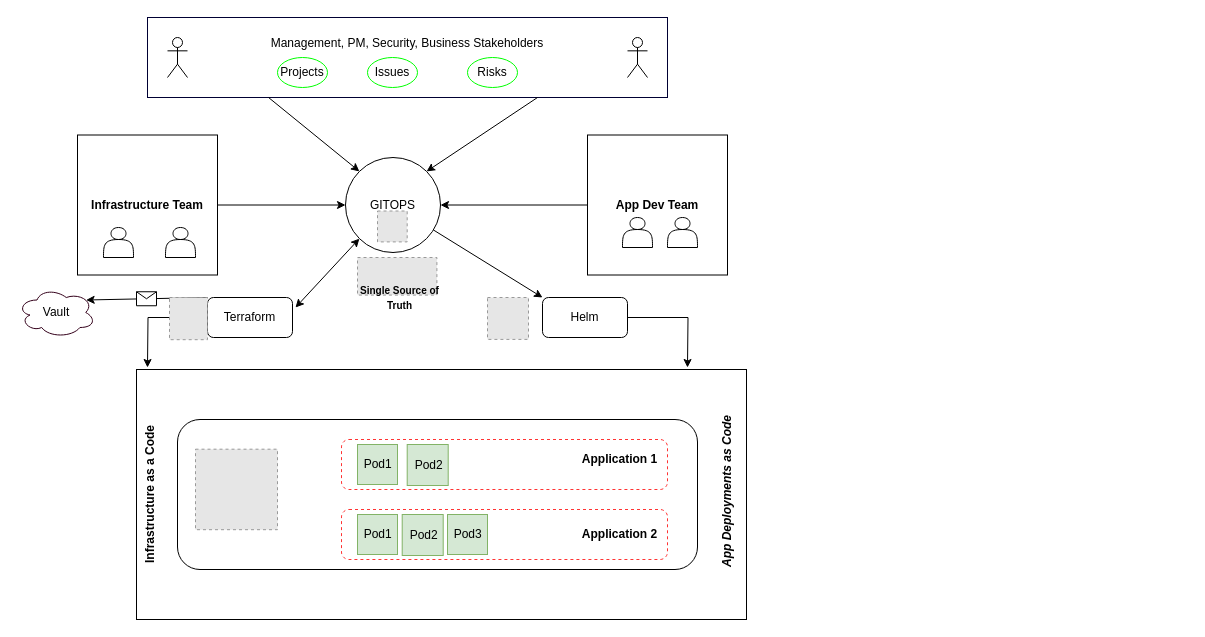
Before: Untitled Diagram.drawio in Bhoopesh123/kubernetes, a draw.io diagram. Source tidied: cells renumbered, new cells numbered last; positions are measured from the earlier drawing's top-left corner, leaving out a move shared by most shapes. Both pictures are drawn from the tidied source at 100%, with x=0, y=0 at pixel (17, 17). Pictures stored in the file or linked from it are replaced by grey dashed boxes.
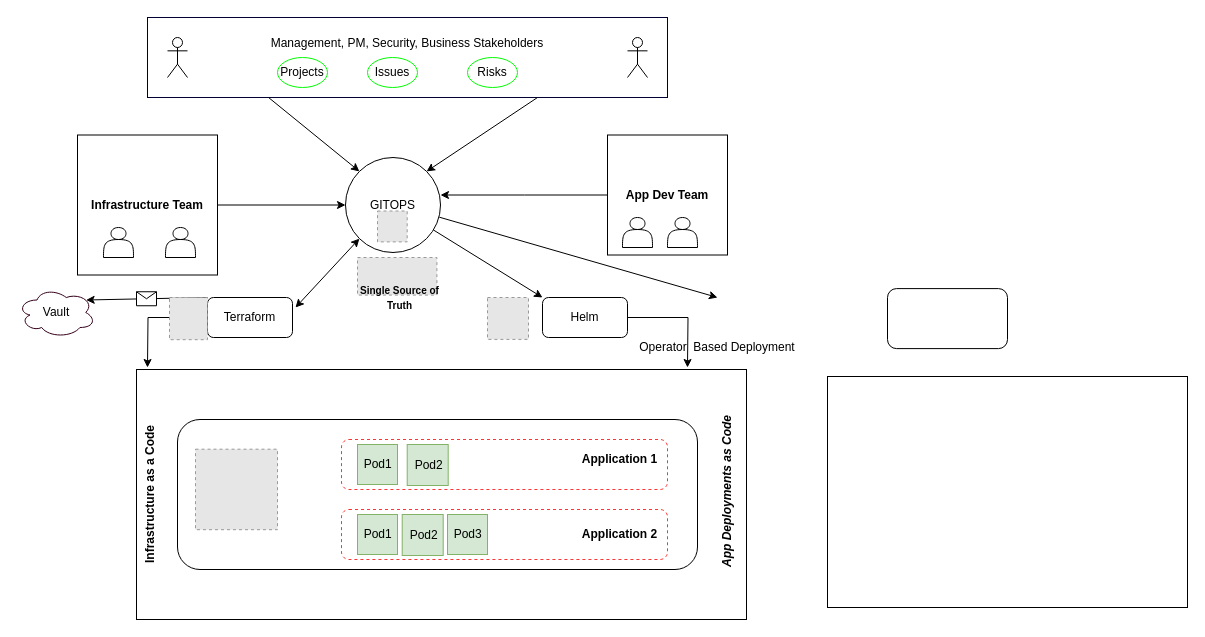
The same page after the edit.

Unchanged cells that the change refers to:
```xml
<mxCell id="2" value="GITOPS&lt;br&gt;" style="ellipse;whiteSpace=wrap;html=1;" parent="1" vertex="1">
  <mxGeometry x="328" y="140" width="95" height="95" as="geometry" />
</mxCell>
```

Diff of the diagram source:
```diff
@@
-    <mxCell id="10" style="edgeStyle=orthogonalEdgeStyle;rounded=0;jettySize=auto;html=1;entryX=1;entryY=0.5;entryDx=0;entryDy=0;" parent="1" edge="1" source="11" target="2">
-      <mxGeometry relative="1" as="geometry" />
+    <mxCell id="10" style="edgeStyle=orthogonalEdgeStyle;rounded=0;jettySize=auto;html=1;entryX=1;entryY=0.5;entryDx=0;entryDy=0;" parent="1" edge="1" source="11">
+      <mxGeometry relative="1" as="geometry">
+        <mxPoint x="423" y="177.5" as="targetPoint" />
+      </mxGeometry>
     </mxCell>
     <mxCell id="11" value="&lt;b&gt;App Dev Team&lt;/b&gt;" style="whiteSpace=wrap;html=1;" parent="1" vertex="1">
-      <mxGeometry x="570" y="117.5" width="140" height="140" as="geometry" />
+      <mxGeometry x="590" y="117.5" width="120" height="120" as="geometry" />
     </mxCell>
@@
+    <mxCell id="46" value="Operator&amp;nbsp; Based Deployment" style="text;html=1;strokeColor=none;fillColor=none;align=center;verticalAlign=middle;whiteSpace=wrap;rounded=0;" parent="1" vertex="1">
+      <mxGeometry x="610" y="320" width="180" height="20" as="geometry" />
+    </mxCell>
+    <mxCell id="47" style="endArrow=classic;html=1;exitX=0.987;exitY=0.628;exitDx=0;exitDy=0;exitPerimeter=0;" parent="1" edge="1" source="2">
+      <mxGeometry relative="1" as="geometry">
+        <mxPoint x="700" y="280" as="targetPoint" />
+      </mxGeometry>
+    </mxCell>
+    <mxCell id="48" style="rounded=0;whiteSpace=wrap;html=1;" parent="1" vertex="1">
+      <mxGeometry x="810" y="359" width="360" height="231" as="geometry" />
+    </mxCell>
+    <mxCell id="49" style="rounded=1;whiteSpace=wrap;html=1;" parent="1" vertex="1">
+      <mxGeometry x="870" y="271.1" width="120" height="60" as="geometry" />
+    </mxCell>
```
